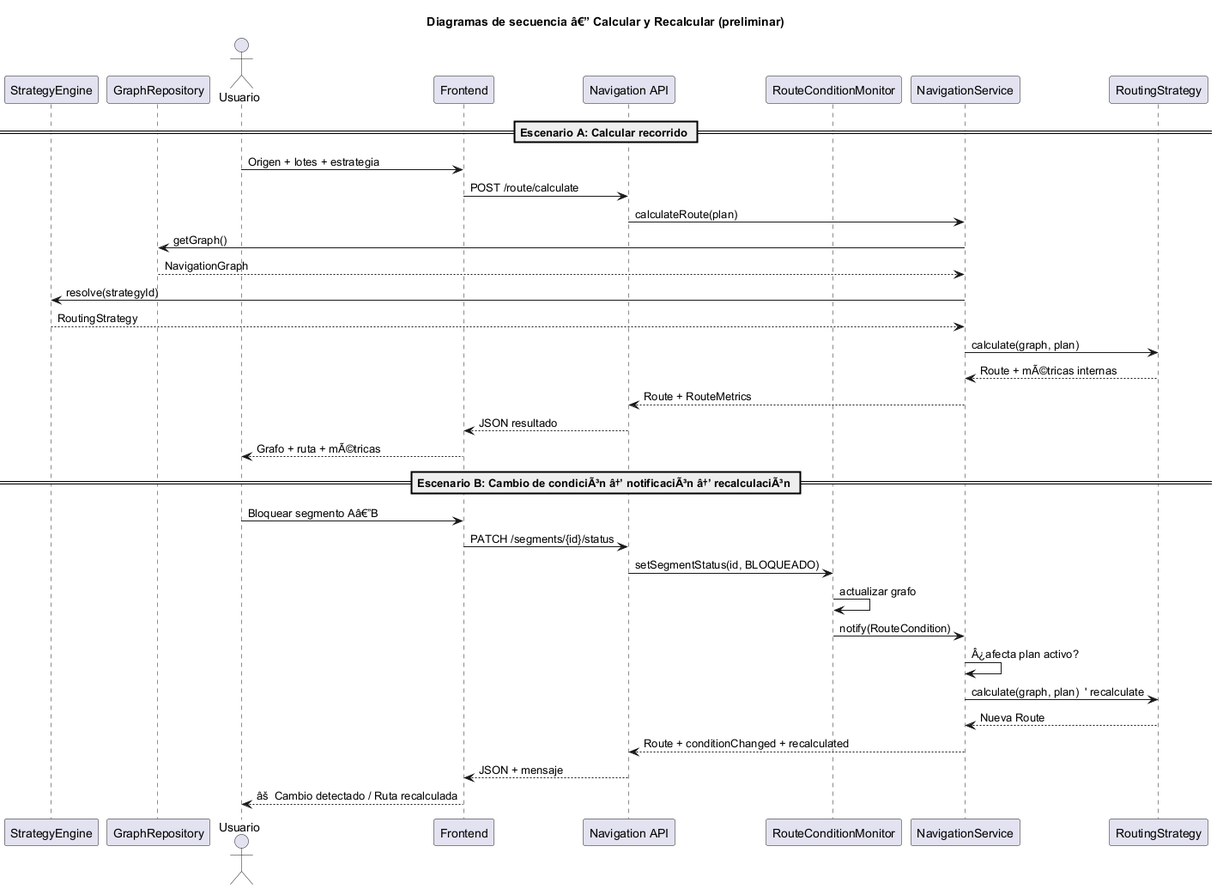
Casariana/SIPROCAFE keeps this PlantUML diagram as docs/report/uml/SIPROCAFE-NAV-Sequence.png. Above is the earlier version. Source of this version:
```plantuml
@startuml SIPROCAFE-NAV-Sequence
title Diagramas de secuencia â€” Calcular y Recalcular (preliminar)

== Escenario A: Calcular recorrido ==

actor Usuario
participant "Frontend" as UI
participant "Navigation API" as API
participant "NavigationService" as NS
participant "StrategyEngine" as SE
participant "RoutingStrategy" as RS
participant "GraphRepository" as GR

Usuario -> UI : Origen + lotes + estrategia
UI -> API : POST /route/calculate
API -> NS : calculateRoute(plan)
NS -> GR : getGraph()
GR --> NS : NavigationGraph
NS -> SE : resolve(strategyId)
SE --> NS : RoutingStrategy
NS -> RS : calculate(graph, plan)
RS --> NS : Route + mÃ©tricas internas
NS --> API : Route + RouteMetrics
API --> UI : JSON resultado
UI --> Usuario : Grafo + ruta + mÃ©tricas

== Escenario B: Cambio de condiciÃ³n â†’ notificaciÃ³n â†’ recalculaciÃ³n ==

actor Usuario
participant "Frontend" as UI
participant "Navigation API" as API
participant "RouteConditionMonitor" as MON
participant "NavigationService" as NS
participant "RoutingStrategy" as RS

Usuario -> UI : Bloquear segmento Aâ€”B
UI -> API : PATCH /segments/{id}/status
API -> MON : setSegmentStatus(id, BLOQUEADO)
MON -> MON : actualizar grafo
MON -> NS : notify(RouteCondition)
NS -> NS : Â¿afecta plan activo?
NS -> RS : calculate(graph, plan)  ' recalculate
RS --> NS : Nueva Route
NS --> API : Route + conditionChanged + recalculated
API --> UI : JSON + mensaje
UI --> Usuario : âš  Cambio detectado / Ruta recalculada

@enduml
```
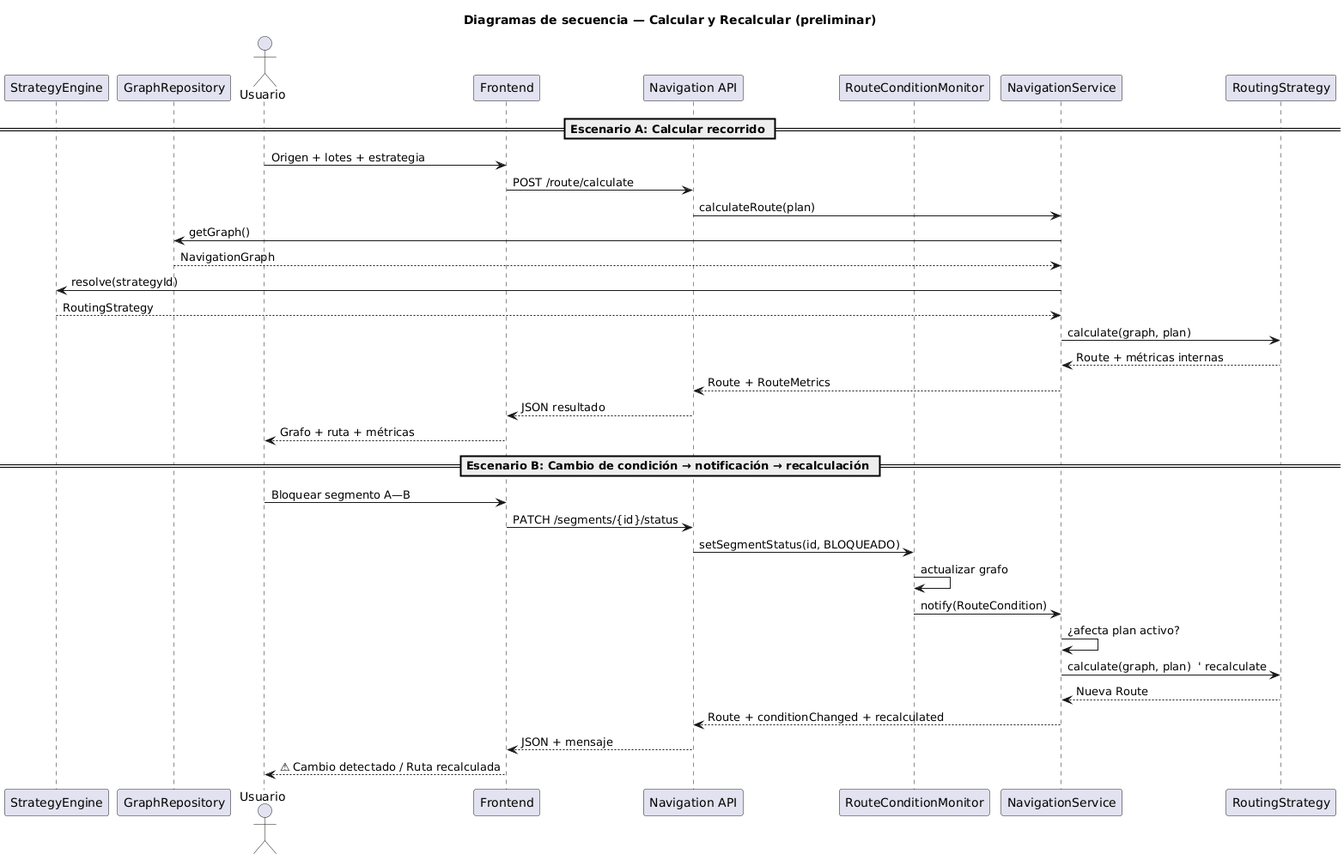
The same file after the commit.

The edit, as a diff of the source:
```diff
@@ -1,5 +1,5 @@
 @startuml SIPROCAFE-NAV-Sequence
-title Diagramas de secuencia â€” Calcular y Recalcular (preliminar)
+title Diagramas de secuencia — Calcular y Recalcular (preliminar)
 
 == Escenario A: Calcular recorrido ==
 
@@ -19,12 +19,12 @@
 NS -> SE : resolve(strategyId)
 SE --> NS : RoutingStrategy
 NS -> RS : calculate(graph, plan)
-RS --> NS : Route + mÃ©tricas internas
+RS --> NS : Route + métricas internas
 NS --> API : Route + RouteMetrics
 API --> UI : JSON resultado
-UI --> Usuario : Grafo + ruta + mÃ©tricas
+UI --> Usuario : Grafo + ruta + métricas
 
-== Escenario B: Cambio de condiciÃ³n â†’ notificaciÃ³n â†’ recalculaciÃ³n ==
+== Escenario B: Cambio de condición → notificación → recalculación ==
 
 actor Usuario
 participant "Frontend" as UI
@@ -33,16 +33,16 @@
 participant "NavigationService" as NS
 participant "RoutingStrategy" as RS
 
-Usuario -> UI : Bloquear segmento Aâ€”B
+Usuario -> UI : Bloquear segmento A—B
 UI -> API : PATCH /segments/{id}/status
 API -> MON : setSegmentStatus(id, BLOQUEADO)
 MON -> MON : actualizar grafo
 MON -> NS : notify(RouteCondition)
-NS -> NS : Â¿afecta plan activo?
+NS -> NS : ¿afecta plan activo?
 NS -> RS : calculate(graph, plan)  ' recalculate
 RS --> NS : Nueva Route
 NS --> API : Route + conditionChanged + recalculated
 API --> UI : JSON + mensaje
-UI --> Usuario : âš  Cambio detectado / Ruta recalculada
+UI --> Usuario : ⚠ Cambio detectado / Ruta recalculada
 
 @enduml
```
